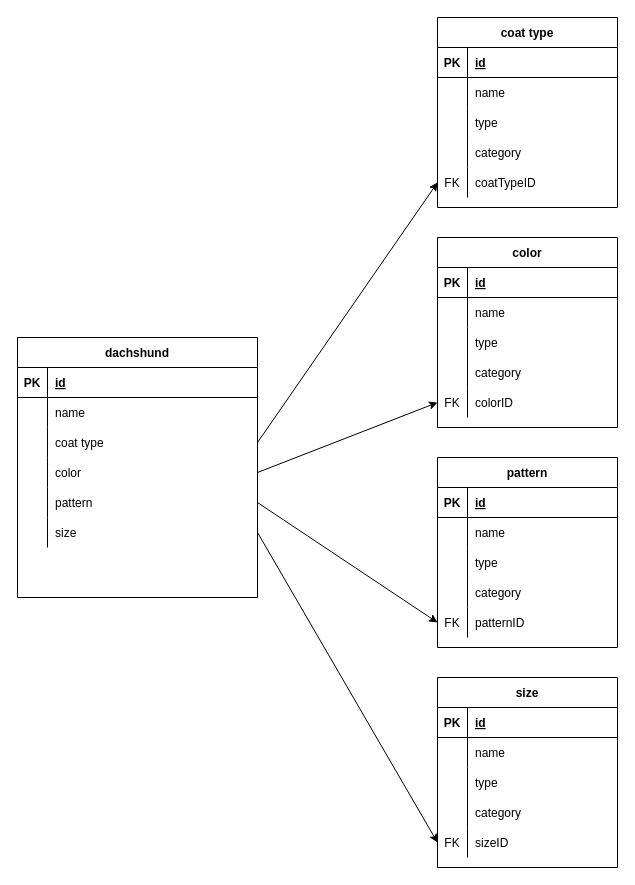
WDI-SEA/diy-api keeps this draw.io diagram as ERD.drawio. Above is the earlier version. Source tidied: cells renumbered, new cells numbered last; positions are measured from the earlier drawing's top-left corner, leaving out a move shared by most shapes. Both pictures are drawn from the tidied source at 100%, with x=0, y=0 at pixel (17, 17).
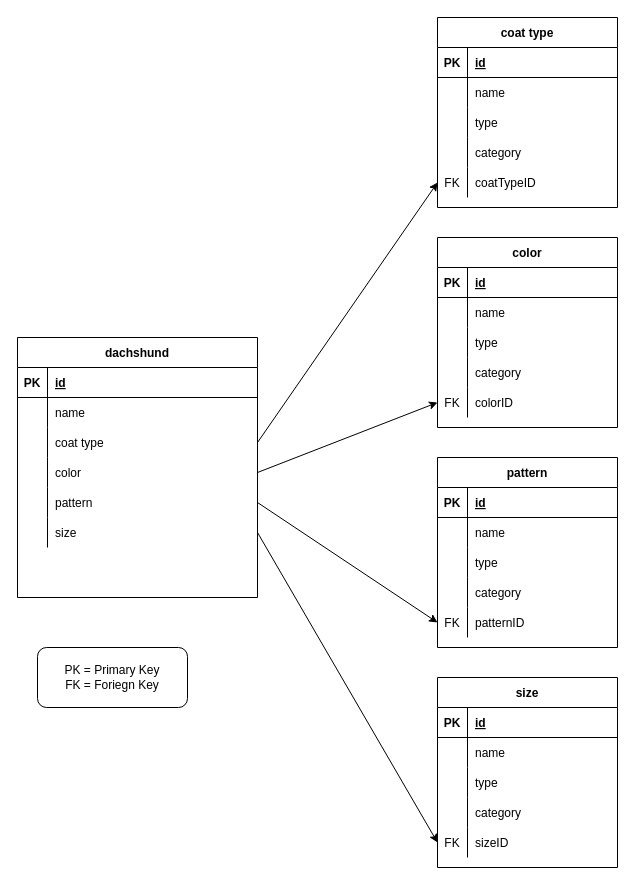
Above is the later version.

The edit, as a diff of the source:
```diff
@@
+    <mxCell id="89" value="PK = Primary Key&lt;br&gt;FK = Foriegn Key" style="rounded=1;whiteSpace=wrap;html=1;" parent="1" vertex="1">
+      <mxGeometry x="20" y="630" width="150" height="60" as="geometry" />
+    </mxCell>
```
